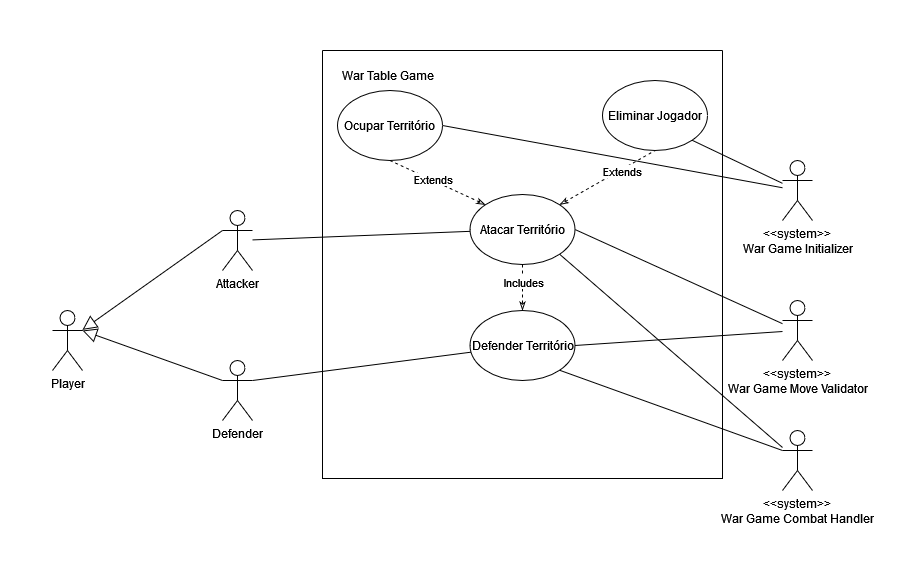
This is use_case_digram_territory_confront.png from Gil32610/use-case-digram-territory-confront, a draw.io export, as it was before one commit. Source tidied: cells renumbered, new cells last; positions are measured from the earlier drawing's top-left corner, leaving out a move shared by most shapes. The source it was exported from:
```xml
<mxGraphModel>
  <root>
    <mxCell id="0" />
    <mxCell id="1" parent="0" />
    <mxCell id="2" style="rounded=0;jettySize=auto;html=1;exitX=0;exitY=0.3333333333333333;exitDx=0;exitDy=0;exitPerimeter=0;endArrow=block;endFill=0;endSize=12;" parent="1" edge="1" source="4" target="8">
      <mxGeometry relative="1" as="geometry" />
    </mxCell>
    <mxCell id="3" style="rounded=0;jettySize=auto;html=1;endArrow=none;endFill=0;" parent="1" edge="1" source="4" target="16">
      <mxGeometry relative="1" as="geometry" />
    </mxCell>
    <mxCell id="4" value="Attacker" style="shape=umlActor;verticalLabelPosition=bottom;verticalAlign=top;html=1;outlineConnect=0;" parent="1" vertex="1">
      <mxGeometry x="170" y="160" width="30" height="60" as="geometry" />
    </mxCell>
    <mxCell id="5" style="rounded=0;jettySize=auto;html=1;entryX=1;entryY=0.5;entryDx=0;entryDy=0;endArrow=none;endFill=0;" parent="1" edge="1" source="7" target="16">
      <mxGeometry relative="1" as="geometry" />
    </mxCell>
    <mxCell id="6" style="rounded=0;jettySize=auto;html=1;entryX=1;entryY=0.5;entryDx=0;entryDy=0;endArrow=none;endFill=0;" parent="1" edge="1" source="7" target="20">
      <mxGeometry relative="1" as="geometry" />
    </mxCell>
    <mxCell id="7" value="&lt;div&gt;&amp;lt;&amp;lt;system&amp;gt;&amp;gt;&lt;br&gt;&lt;/div&gt;&lt;div&gt;War Game Move Validator&lt;/div&gt;" style="shape=umlActor;verticalLabelPosition=bottom;verticalAlign=top;html=1;outlineConnect=0;" parent="1" vertex="1">
      <mxGeometry x="730" y="250" width="30" height="60" as="geometry" />
    </mxCell>
    <mxCell id="8" value="Player" style="shape=umlActor;verticalLabelPosition=bottom;verticalAlign=top;html=1;outlineConnect=0;" parent="1" vertex="1">
      <mxGeometry y="260" width="30" height="60" as="geometry" />
    </mxCell>
    <mxCell id="9" style="swimlane;startSize=0;" parent="1" vertex="1">
      <mxGeometry x="270" width="400" height="428" as="geometry" />
    </mxCell>
    <mxCell id="10" style="rounded=0;jettySize=auto;html=1;exitX=0;exitY=0;exitDx=0;exitDy=0;entryX=0.5;entryY=1;entryDx=0;entryDy=0;dashed=1;endArrow=none;endFill=0;startArrow=classicThin;startFill=0;" parent="9" edge="1" source="16" target="17">
      <mxGeometry relative="1" as="geometry" />
    </mxCell>
    <mxCell id="11" value="Extends" style="edgeLabel;html=1;align=center;verticalAlign=middle;" parent="10" vertex="1">
      <mxGeometry x="0.12" y="-1" relative="1" as="geometry" />
    </mxCell>
    <mxCell id="12" style="rounded=0;jettySize=auto;html=1;exitX=1;exitY=0;exitDx=0;exitDy=0;endArrow=none;endFill=0;dashed=1;startArrow=classicThin;startFill=0;entryX=0.5;entryY=1;entryDx=0;entryDy=0;" parent="9" edge="1" source="16" target="18">
      <mxGeometry relative="1" as="geometry" />
    </mxCell>
    <mxCell id="13" value="Extends" style="edgeLabel;html=1;align=center;verticalAlign=middle;" parent="12" vertex="1">
      <mxGeometry x="-0.02" y="-2" relative="1" as="geometry">
        <mxPoint x="15" y="-9" as="offset" />
      </mxGeometry>
    </mxCell>
    <mxCell id="14" style="edgeStyle=orthogonalEdgeStyle;rounded=0;jettySize=auto;html=1;entryX=0.5;entryY=0;entryDx=0;entryDy=0;dashed=1;endArrow=classicThin;endFill=0;" parent="9" edge="1" source="16" target="20">
      <mxGeometry relative="1" as="geometry" />
    </mxCell>
    <mxCell id="15" value="&lt;div&gt;Includes&lt;/div&gt;" style="edgeLabel;html=1;align=center;verticalAlign=middle;" parent="14" vertex="1">
      <mxGeometry x="-0.25" relative="1" as="geometry" />
    </mxCell>
    <mxCell id="16" value="Atacar Território" style="ellipse;whiteSpace=wrap;html=1;" parent="9" vertex="1">
      <mxGeometry x="147.5" y="144" width="105" height="70" as="geometry" />
    </mxCell>
    <mxCell id="17" value="Ocupar Território" style="ellipse;whiteSpace=wrap;html=1;" parent="9" vertex="1">
      <mxGeometry x="15" y="40" width="105" height="70" as="geometry" />
    </mxCell>
    <mxCell id="18" value="Eliminar Jogador" style="ellipse;whiteSpace=wrap;html=1;" parent="9" vertex="1">
      <mxGeometry x="280" y="30" width="105" height="70" as="geometry" />
    </mxCell>
    <mxCell id="19" value="War Table Game" style="text;html=1;align=center;verticalAlign=middle;strokeColor=none;fillColor=none;" parent="9" vertex="1">
      <mxGeometry x="10" y="10" width="110" height="30" as="geometry" />
    </mxCell>
    <mxCell id="20" value="Defender Território" style="ellipse;whiteSpace=wrap;html=1;" parent="9" vertex="1">
      <mxGeometry x="147.5" y="260" width="105" height="70" as="geometry" />
    </mxCell>
    <mxCell id="21" style="rounded=0;jettySize=auto;html=1;exitX=0;exitY=0.3333333333333333;exitDx=0;exitDy=0;exitPerimeter=0;endArrow=block;endFill=0;entryX=1;entryY=0.3333333333333333;entryDx=0;entryDy=0;entryPerimeter=0;endSize=12;" parent="1" edge="1" source="23" target="8">
      <mxGeometry relative="1" as="geometry" />
    </mxCell>
    <mxCell id="22" style="rounded=0;jettySize=auto;html=1;exitX=1;exitY=0.3333333333333333;exitDx=0;exitDy=0;exitPerimeter=0;endArrow=none;endFill=0;" parent="1" edge="1" source="23" target="20">
      <mxGeometry relative="1" as="geometry" />
    </mxCell>
    <mxCell id="23" value="Defender" style="shape=umlActor;verticalLabelPosition=bottom;verticalAlign=top;html=1;outlineConnect=0;" parent="1" vertex="1">
      <mxGeometry x="170" y="310" width="30" height="60" as="geometry" />
    </mxCell>
    <mxCell id="24" style="rounded=0;jettySize=auto;html=1;entryX=1;entryY=0.5;entryDx=0;entryDy=0;endArrow=none;endFill=0;" parent="1" edge="1" source="26" target="17">
      <mxGeometry relative="1" as="geometry" />
    </mxCell>
    <mxCell id="25" style="rounded=0;jettySize=auto;html=1;entryX=1;entryY=1;entryDx=0;entryDy=0;endArrow=none;endFill=0;" parent="1" edge="1" source="26" target="18">
      <mxGeometry relative="1" as="geometry" />
    </mxCell>
    <mxCell id="26" value="&lt;div&gt;&amp;lt;&amp;lt;system&amp;gt;&amp;gt;&lt;br&gt;&lt;/div&gt;&lt;div&gt;War Game Initializer&lt;/div&gt;" style="shape=umlActor;verticalLabelPosition=bottom;verticalAlign=top;html=1;outlineConnect=0;" parent="1" vertex="1">
      <mxGeometry x="730" y="110" width="30" height="60" as="geometry" />
    </mxCell>
    <mxCell id="27" style="rounded=0;jettySize=auto;html=1;entryX=1;entryY=1;entryDx=0;entryDy=0;endArrow=none;endFill=0;" parent="1" edge="1" source="29" target="16">
      <mxGeometry relative="1" as="geometry" />
    </mxCell>
    <mxCell id="28" style="rounded=0;jettySize=auto;html=1;exitX=0;exitY=0.3333333333333333;exitDx=0;exitDy=0;exitPerimeter=0;entryX=1;entryY=1;entryDx=0;entryDy=0;endArrow=none;endFill=0;" parent="1" edge="1" source="29" target="20">
      <mxGeometry relative="1" as="geometry" />
    </mxCell>
    <mxCell id="29" value="&lt;div&gt;&amp;lt;&amp;lt;system&amp;gt;&amp;gt;&lt;br&gt;&lt;/div&gt;&lt;div&gt;War Game Combat Handler&lt;br&gt;&lt;/div&gt;" style="shape=umlActor;verticalLabelPosition=bottom;verticalAlign=top;html=1;outlineConnect=0;" parent="1" vertex="1">
      <mxGeometry x="730" y="380" width="30" height="60" as="geometry" />
    </mxCell>
  </root>
</mxGraphModel>
```
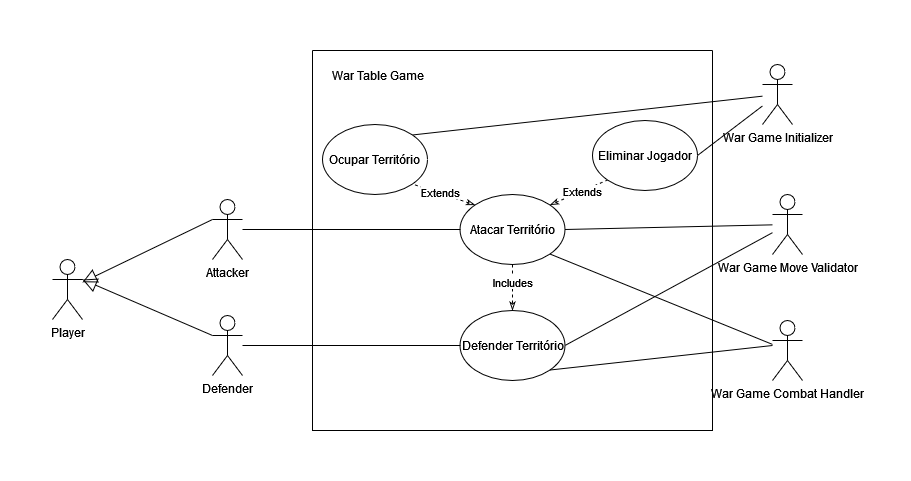
Later version of the same file.

Change to the diagram source:
```diff
@@ -2,6 +2,9 @@
   <root>
     <mxCell id="0" />
     <mxCell id="1" parent="0" />
+    <mxCell id="24" style="rounded=0;jettySize=auto;html=1;entryX=1;entryY=0;entryDx=0;entryDy=0;endArrow=none;endFill=0;" parent="1" edge="1" source="26" target="17">
+      <mxGeometry relative="1" as="geometry" />
+    </mxCell>
     <mxCell id="2" style="rounded=0;jettySize=auto;html=1;exitX=0;exitY=0.3333333333333333;exitDx=0;exitDy=0;exitPerimeter=0;endArrow=block;endFill=0;endSize=12;" parent="1" edge="1" source="4" target="8">
       <mxGeometry relative="1" as="geometry" />
     </mxCell>
@@ -9,7 +12,7 @@
       <mxGeometry relative="1" as="geometry" />
     </mxCell>
     <mxCell id="4" value="Attacker" style="shape=umlActor;verticalLabelPosition=bottom;verticalAlign=top;html=1;outlineConnect=0;" parent="1" vertex="1">
-      <mxGeometry x="170" y="160" width="30" height="60" as="geometry" />
+      <mxGeometry x="170" y="149" width="30" height="60" as="geometry" />
     </mxCell>
     <mxCell id="5" style="rounded=0;jettySize=auto;html=1;entryX=1;entryY=0.5;entryDx=0;entryDy=0;endArrow=none;endFill=0;" parent="1" edge="1" source="7" target="16">
       <mxGeometry relative="1" as="geometry" />
@@ -17,27 +20,27 @@
     <mxCell id="6" style="rounded=0;jettySize=auto;html=1;entryX=1;entryY=0.5;entryDx=0;entryDy=0;endArrow=none;endFill=0;" parent="1" edge="1" source="7" target="20">
       <mxGeometry relative="1" as="geometry" />
     </mxCell>
-    <mxCell id="7" value="&lt;div&gt;&amp;lt;&amp;lt;system&amp;gt;&amp;gt;&lt;br&gt;&lt;/div&gt;&lt;div&gt;War Game Move Validator&lt;/div&gt;" style="shape=umlActor;verticalLabelPosition=bottom;verticalAlign=top;html=1;outlineConnect=0;" parent="1" vertex="1">
-      <mxGeometry x="730" y="250" width="30" height="60" as="geometry" />
+    <mxCell id="7" value="&lt;div&gt;War Game Move Validator&lt;/div&gt;" style="shape=umlActor;verticalLabelPosition=bottom;verticalAlign=top;html=1;outlineConnect=0;" parent="1" vertex="1">
+      <mxGeometry x="730" y="144" width="30" height="60" as="geometry" />
     </mxCell>
     <mxCell id="8" value="Player" style="shape=umlActor;verticalLabelPosition=bottom;verticalAlign=top;html=1;outlineConnect=0;" parent="1" vertex="1">
-      <mxGeometry y="260" width="30" height="60" as="geometry" />
+      <mxGeometry x="10" y="209" width="30" height="60" as="geometry" />
     </mxCell>
     <mxCell id="9" style="swimlane;startSize=0;" parent="1" vertex="1">
-      <mxGeometry x="270" width="400" height="428" as="geometry" />
+      <mxGeometry x="270" width="400" height="380" as="geometry" />
     </mxCell>
-    <mxCell id="10" style="rounded=0;jettySize=auto;html=1;exitX=0;exitY=0;exitDx=0;exitDy=0;entryX=0.5;entryY=1;entryDx=0;entryDy=0;dashed=1;endArrow=none;endFill=0;startArrow=classicThin;startFill=0;" parent="9" edge="1" source="16" target="17">
+    <mxCell id="10" style="rounded=0;jettySize=auto;html=1;exitX=0;exitY=0;exitDx=0;exitDy=0;entryX=1;entryY=1;entryDx=0;entryDy=0;dashed=1;endArrow=none;endFill=0;startArrow=classicThin;startFill=0;" parent="9" edge="1" source="16" target="17">
       <mxGeometry relative="1" as="geometry" />
     </mxCell>
     <mxCell id="11" value="Extends" style="edgeLabel;html=1;align=center;verticalAlign=middle;" parent="10" vertex="1">
       <mxGeometry x="0.12" y="-1" relative="1" as="geometry" />
     </mxCell>
-    <mxCell id="12" style="rounded=0;jettySize=auto;html=1;exitX=1;exitY=0;exitDx=0;exitDy=0;endArrow=none;endFill=0;dashed=1;startArrow=classicThin;startFill=0;entryX=0.5;entryY=1;entryDx=0;entryDy=0;" parent="9" edge="1" source="16" target="18">
+    <mxCell id="12" style="rounded=0;jettySize=auto;html=1;exitX=1;exitY=0;exitDx=0;exitDy=0;endArrow=none;endFill=0;dashed=1;startArrow=classicThin;startFill=0;entryX=0;entryY=1;entryDx=0;entryDy=0;" parent="9" edge="1" source="16" target="18">
       <mxGeometry relative="1" as="geometry" />
     </mxCell>
     <mxCell id="13" value="Extends" style="edgeLabel;html=1;align=center;verticalAlign=middle;" parent="12" vertex="1">
       <mxGeometry x="-0.02" y="-2" relative="1" as="geometry">
-        <mxPoint x="15" y="-9" as="offset" />
+        <mxPoint x="3" y="-4" as="offset" />
       </mxGeometry>
     </mxCell>
     <mxCell id="14" style="edgeStyle=orthogonalEdgeStyle;rounded=0;jettySize=auto;html=1;entryX=0.5;entryY=0;entryDx=0;entryDy=0;dashed=1;endArrow=classicThin;endFill=0;" parent="9" edge="1" source="16" target="20">
@@ -50,43 +53,42 @@
       <mxGeometry x="147.5" y="144" width="105" height="70" as="geometry" />
     </mxCell>
     <mxCell id="17" value="Ocupar Território" style="ellipse;whiteSpace=wrap;html=1;" parent="9" vertex="1">
-      <mxGeometry x="15" y="40" width="105" height="70" as="geometry" />
+      <mxGeometry x="10" y="74" width="105" height="70" as="geometry" />
     </mxCell>
-    <mxCell id="18" value="Eliminar Jogador" style="ellipse;whiteSpace=wrap;html=1;" parent="9" vertex="1">
-      <mxGeometry x="280" y="30" width="105" height="70" as="geometry" />
-    </mxCell>
     <mxCell id="19" value="War Table Game" style="text;html=1;align=center;verticalAlign=middle;strokeColor=none;fillColor=none;" parent="9" vertex="1">
       <mxGeometry x="10" y="10" width="110" height="30" as="geometry" />
     </mxCell>
     <mxCell id="20" value="Defender Território" style="ellipse;whiteSpace=wrap;html=1;" parent="9" vertex="1">
       <mxGeometry x="147.5" y="260" width="105" height="70" as="geometry" />
     </mxCell>
+    <mxCell id="18" value="Eliminar Jogador" style="ellipse;whiteSpace=wrap;html=1;" parent="9" vertex="1">
+      <mxGeometry x="280" y="70" width="105" height="70" as="geometry" />
+    </mxCell>
     <mxCell id="21" style="rounded=0;jettySize=auto;html=1;exitX=0;exitY=0.3333333333333333;exitDx=0;exitDy=0;exitPerimeter=0;endArrow=block;endFill=0;entryX=1;entryY=0.3333333333333333;entryDx=0;entryDy=0;entryPerimeter=0;endSize=12;" parent="1" edge="1" source="23" target="8">
       <mxGeometry relative="1" as="geometry" />
     </mxCell>
-    <mxCell id="22" style="rounded=0;jettySize=auto;html=1;exitX=1;exitY=0.3333333333333333;exitDx=0;exitDy=0;exitPerimeter=0;endArrow=none;endFill=0;" parent="1" edge="1" source="23" target="20">
+    <mxCell id="22" style="rounded=0;jettySize=auto;html=1;endArrow=none;endFill=0;" parent="1" edge="1" source="23" target="20">
       <mxGeometry relative="1" as="geometry" />
     </mxCell>
     <mxCell id="23" value="Defender" style="shape=umlActor;verticalLabelPosition=bottom;verticalAlign=top;html=1;outlineConnect=0;" parent="1" vertex="1">
-      <mxGeometry x="170" y="310" width="30" height="60" as="geometry" />
+      <mxGeometry x="170" y="265" width="30" height="60" as="geometry" />
     </mxCell>
-    <mxCell id="24" style="rounded=0;jettySize=auto;html=1;entryX=1;entryY=0.5;entryDx=0;entryDy=0;endArrow=none;endFill=0;" parent="1" edge="1" source="26" target="17">
-      <mxGeometry relative="1" as="geometry" />
-    </mxCell>
-    <mxCell id="25" style="rounded=0;jettySize=auto;html=1;entryX=1;entryY=1;entryDx=0;entryDy=0;endArrow=none;endFill=0;" parent="1" edge="1" source="26" target="18">
+    <mxCell id="25" style="rounded=0;jettySize=auto;html=1;entryX=1;entryY=0.5;entryDx=0;entryDy=0;endArrow=none;endFill=0;" parent="1" edge="1" source="26" target="18">
       <mxGeometry relative="1" as="geometry" />
     </mxCell>
-    <mxCell id="26" value="&lt;div&gt;&amp;lt;&amp;lt;system&amp;gt;&amp;gt;&lt;br&gt;&lt;/div&gt;&lt;div&gt;War Game Initializer&lt;/div&gt;" style="shape=umlActor;verticalLabelPosition=bottom;verticalAlign=top;html=1;outlineConnect=0;" parent="1" vertex="1">
-      <mxGeometry x="730" y="110" width="30" height="60" as="geometry" />
+    <mxCell id="26" value="War Game Initializer" style="shape=umlActor;verticalLabelPosition=bottom;verticalAlign=top;html=1;outlineConnect=0;" parent="1" vertex="1">
+      <mxGeometry x="720" y="14" width="30" height="60" as="geometry" />
     </mxCell>
     <mxCell id="27" style="rounded=0;jettySize=auto;html=1;entryX=1;entryY=1;entryDx=0;entryDy=0;endArrow=none;endFill=0;" parent="1" edge="1" source="29" target="16">
       <mxGeometry relative="1" as="geometry" />
     </mxCell>
-    <mxCell id="28" style="rounded=0;jettySize=auto;html=1;exitX=0;exitY=0.3333333333333333;exitDx=0;exitDy=0;exitPerimeter=0;entryX=1;entryY=1;entryDx=0;entryDy=0;endArrow=none;endFill=0;" parent="1" edge="1" source="29" target="20">
-      <mxGeometry relative="1" as="geometry" />
+    <mxCell id="28" style="rounded=0;jettySize=auto;html=1;entryX=1;entryY=1;entryDx=0;entryDy=0;endArrow=none;endFill=0;" parent="1" edge="1" target="20">
+      <mxGeometry relative="1" as="geometry">
+        <mxPoint x="730" y="295" as="sourcePoint" />
+      </mxGeometry>
     </mxCell>
-    <mxCell id="29" value="&lt;div&gt;&amp;lt;&amp;lt;system&amp;gt;&amp;gt;&lt;br&gt;&lt;/div&gt;&lt;div&gt;War Game Combat Handler&lt;br&gt;&lt;/div&gt;" style="shape=umlActor;verticalLabelPosition=bottom;verticalAlign=top;html=1;outlineConnect=0;" parent="1" vertex="1">
-      <mxGeometry x="730" y="380" width="30" height="60" as="geometry" />
+    <mxCell id="29" value="War Game Combat Handler" style="shape=umlActor;verticalLabelPosition=bottom;verticalAlign=top;html=1;outlineConnect=0;" parent="1" vertex="1">
+      <mxGeometry x="730" y="270" width="30" height="60" as="geometry" />
     </mxCell>
   </root>
 </mxGraphModel>
```
